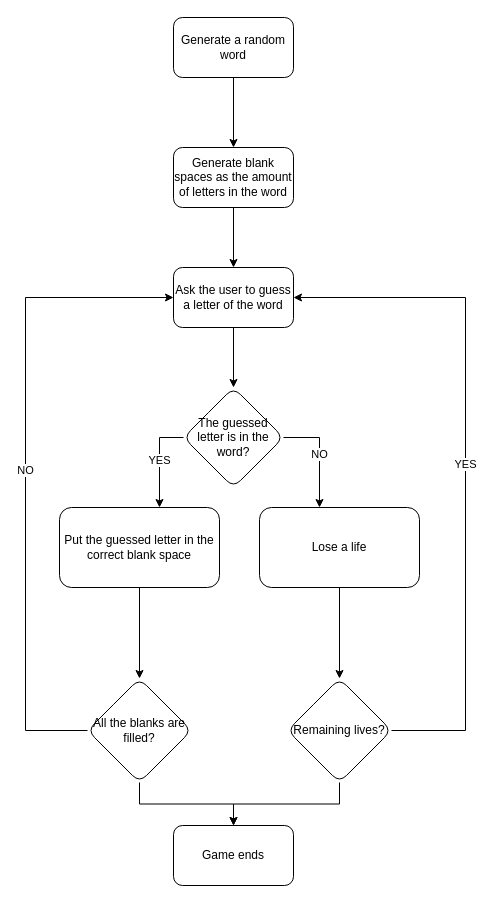
Earlier version of the draw.io diagram Hangman-Flowchart.drawio (Leo-Noriega/Hangman). Source tidied: cells renumbered, new cells numbered last; positions are measured from the earlier drawing's top-left corner, leaving out a move shared by most shapes. Both pictures are drawn from the tidied source at 100%, with x=0, y=0 at pixel (25, 17).
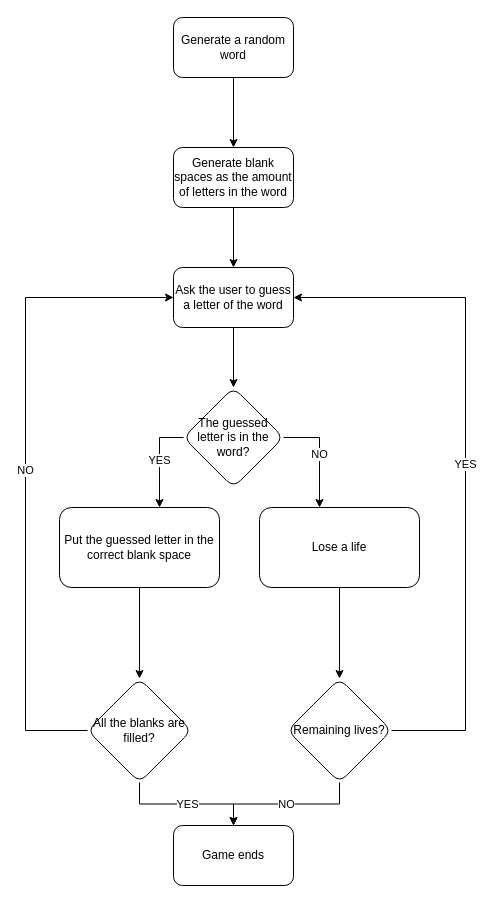
The same diagram, later.

The change refers to these unchanged cells:
```xml
<mxCell id="17" value="All the blanks are filled?" style="rhombus;whiteSpace=wrap;html=1;rounded=1;" parent="1" vertex="1">
  <mxGeometry x="62" y="661" width="104" height="104" as="geometry" />
</mxCell>
<mxCell id="20" value="Remaining lives?" style="rhombus;whiteSpace=wrap;html=1;rounded=1;" parent="1" vertex="1">
  <mxGeometry x="262" y="661" width="104" height="104" as="geometry" />
</mxCell>
<mxCell id="21" value="Game ends" style="whiteSpace=wrap;html=1;rounded=1;" parent="1" vertex="1">
  <mxGeometry x="148" y="808" width="120" height="60" as="geometry" />
</mxCell>
```

What changed in the source:
```diff
@@
-    <mxCell id="16" style="edgeStyle=orthogonalEdgeStyle;rounded=0;jettySize=auto;html=1;" parent="1" edge="1" source="17" target="21">
+    <mxCell id="16" value="YES" style="edgeStyle=orthogonalEdgeStyle;rounded=0;jettySize=auto;html=1;" parent="1" edge="1" source="17" target="21">
       <mxGeometry relative="1" as="geometry" />
     </mxCell>
@@
-    <mxCell id="19" style="edgeStyle=orthogonalEdgeStyle;rounded=0;jettySize=auto;html=1;exitX=0.5;exitY=1;exitDx=0;exitDy=0;entryX=0.5;entryY=0;entryDx=0;entryDy=0;" parent="1" edge="1" source="20" target="21">
+    <mxCell id="19" value="NO" style="edgeStyle=orthogonalEdgeStyle;rounded=0;jettySize=auto;html=1;exitX=0.5;exitY=1;exitDx=0;exitDy=0;entryX=0.5;entryY=0;entryDx=0;entryDy=0;" parent="1" edge="1" source="20" target="21">
       <mxGeometry relative="1" as="geometry" />
     </mxCell>
```
